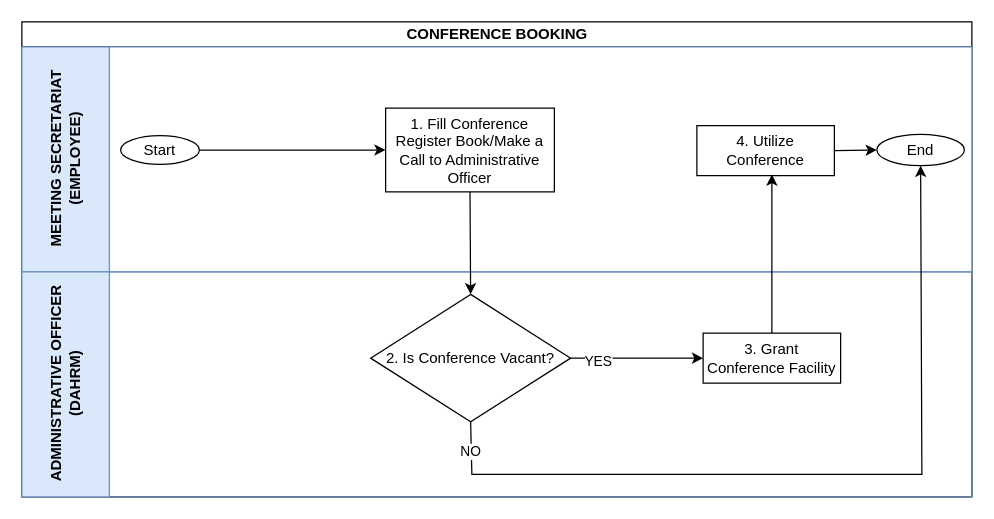
Above: page "conference booking" (9 of 13) of wajibika/wajibika-sketches.drawio in MbalamulaS/tech-diagrams (draw.io), before the change. Source tidied: cells renumbered, new cells numbered last; positions are measured from the earlier drawing's top-left corner, leaving out a move shared by most shapes. Both pictures are drawn from the tidied source at 125%, with x=0, y=0 at pixel (21, 21).
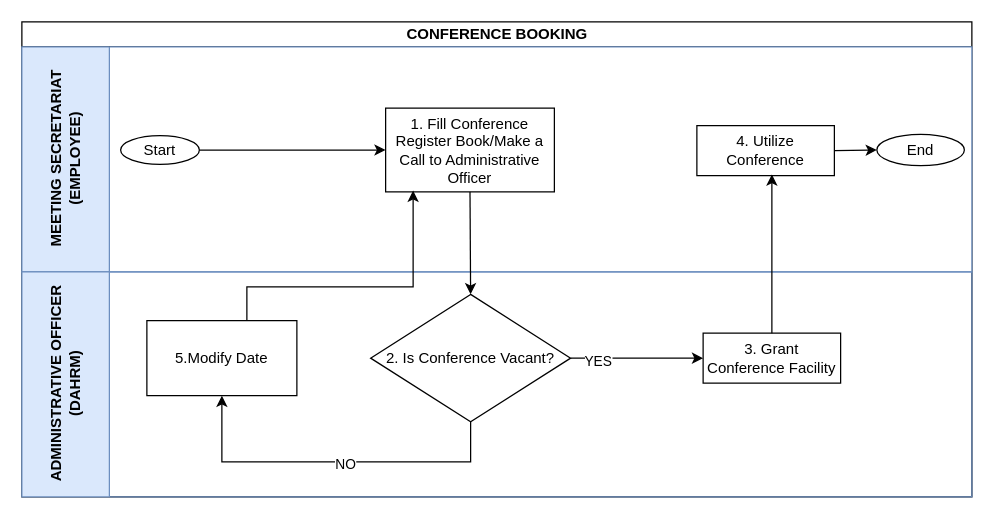
Above is the later version.

Unchanged cells that the change refers to:
```xml
<mxCell id="2" value="CONFERENCE BOOKING" style="swimlane;horizontal=1;startSize=20;html=1;swimlaneFillColor=#FFFFFF;" parent="1" vertex="1">
  <mxGeometry width="760" height="380" as="geometry" />
</mxCell>
<mxCell id="5" value="1. Fill Conference Register Book/Make a Call to Administrative Officer" style="whiteSpace=wrap;html=1;" parent="3" vertex="1">
  <mxGeometry x="291" y="49" width="135" height="67" as="geometry" />
</mxCell>
<mxCell id="6" value="End" style="ellipse;whiteSpace=wrap;html=1;" parent="3" vertex="1">
  <mxGeometry x="684" y="70" width="70" height="25" as="geometry" />
</mxCell>
<mxCell id="10" value="&lt;div&gt;ADMINISTRATIVE OFFICER&lt;/div&gt;&lt;div&gt;(DAHRM)&lt;br&gt;&lt;/div&gt;" style="swimlane;startSize=70;horizontal=0;html=1;fillColor=#dae8fc;strokeColor=#6c8ebf;" parent="2" vertex="1">
  <mxGeometry y="200" width="760" height="180" as="geometry" />
</mxCell>
<mxCell id="11" value="&lt;div&gt;2. Is Conference Vacant?&lt;br&gt;&lt;/div&gt;" style="rhombus;whiteSpace=wrap;html=1;" parent="10" vertex="1">
  <mxGeometry x="279" y="18" width="160" height="102" as="geometry" />
</mxCell>
```

Diff of the diagram source:
```diff
@@
+    <mxCell id="19" style="edgeStyle=orthogonalEdgeStyle;rounded=0;jettySize=auto;html=1;entryX=0.5;entryY=1;entryDx=0;entryDy=0;" parent="10" edge="1" source="11" target="20">
+      <mxGeometry relative="1" as="geometry">
+        <Array as="points">
+          <mxPoint x="359" y="152" />
+          <mxPoint x="160" y="152" />
+        </Array>
+      </mxGeometry>
+    </mxCell>
+    <mxCell id="17" value="NO" style="edgeLabel;html=1;align=center;verticalAlign=middle;" parent="19" vertex="1">
+      <mxGeometry x="-0.06" y="1" relative="1" as="geometry" />
+    </mxCell>
@@
+    <mxCell id="20" value="5.Modify Date" style="whiteSpace=wrap;html=1;" parent="10" vertex="1">
+      <mxGeometry x="100" y="39" width="120" height="60" as="geometry" />
+    </mxCell>
@@
-    <mxCell id="16" style="endArrow=classic;html=1;rounded=0;exitX=0.5;exitY=1;exitDx=0;exitDy=0;entryX=0.5;entryY=1;entryDx=0;entryDy=0;" parent="2" edge="1" source="11" target="6">
-      <mxGeometry relative="1" as="geometry">
-        <Array as="points">
-          <mxPoint x="360" y="362" />
-          <mxPoint x="720" y="362" />
-        </Array>
-      </mxGeometry>
-    </mxCell>
-    <mxCell id="17" value="NO" style="edgeLabel;html=1;align=center;verticalAlign=middle;" parent="16" vertex="1">
-      <mxGeometry x="-0.93" y="-1" relative="1" as="geometry" />
-    </mxCell>
+    <mxCell id="21" style="edgeStyle=orthogonalEdgeStyle;rounded=0;jettySize=auto;html=1;entryX=0.163;entryY=0.985;entryDx=0;entryDy=0;entryPerimeter=0;" parent="2" edge="1" source="20" target="5">
+      <mxGeometry relative="1" as="geometry">
+        <Array as="points">
+          <mxPoint x="180" y="212" />
+          <mxPoint x="313" y="212" />
+        </Array>
+      </mxGeometry>
+    </mxCell>
```
